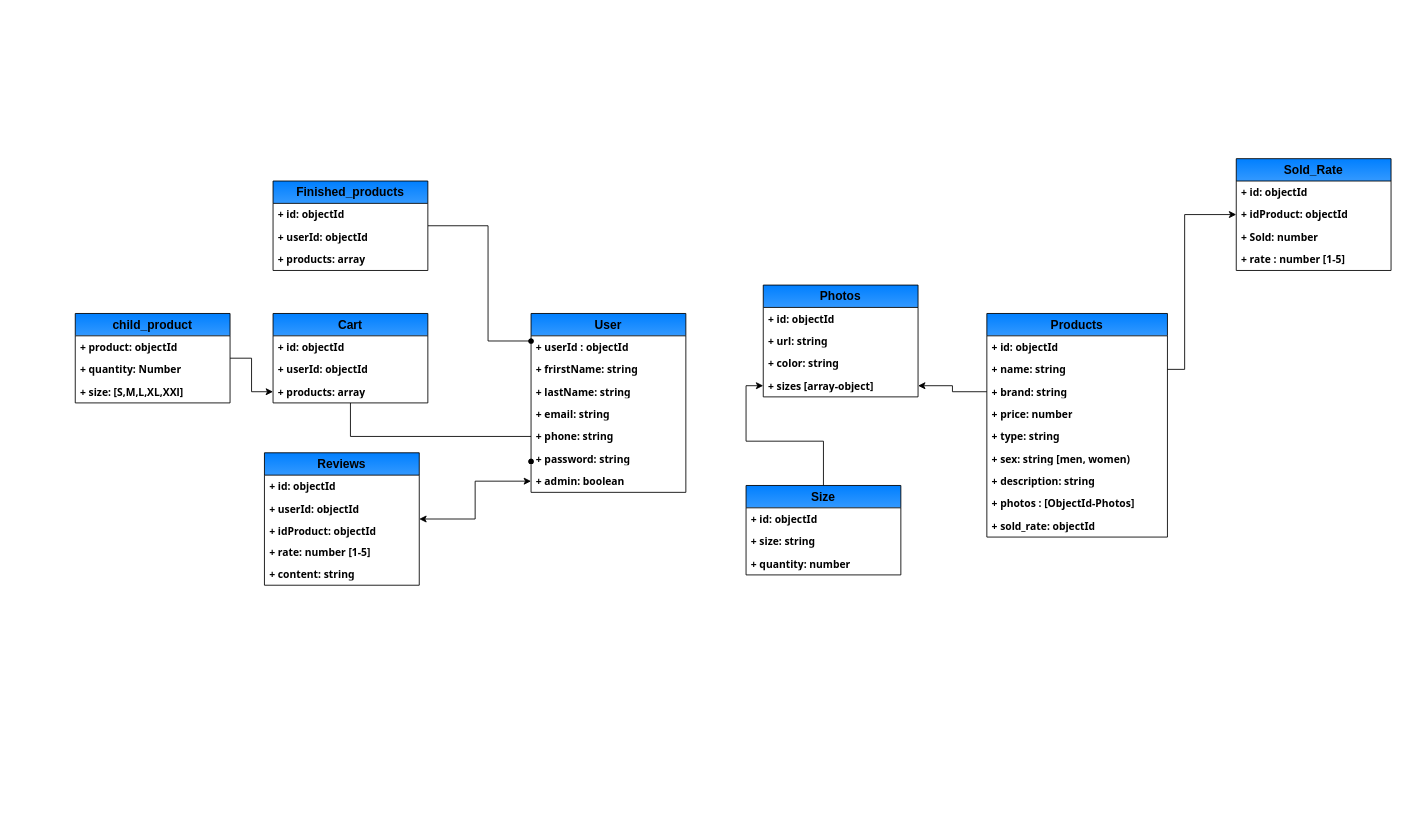
The draw.io diagram Biểu đồ không có tiêu đề.drawio in Baodt2911/FASCO, before the edit. Source tidied: cells renumbered, new cells numbered last; positions are measured from the earlier drawing's top-left corner, leaving out a move shared by most shapes. Both pictures are drawn from the tidied source at 86%, with x=0, y=0 at pixel (75, 158).
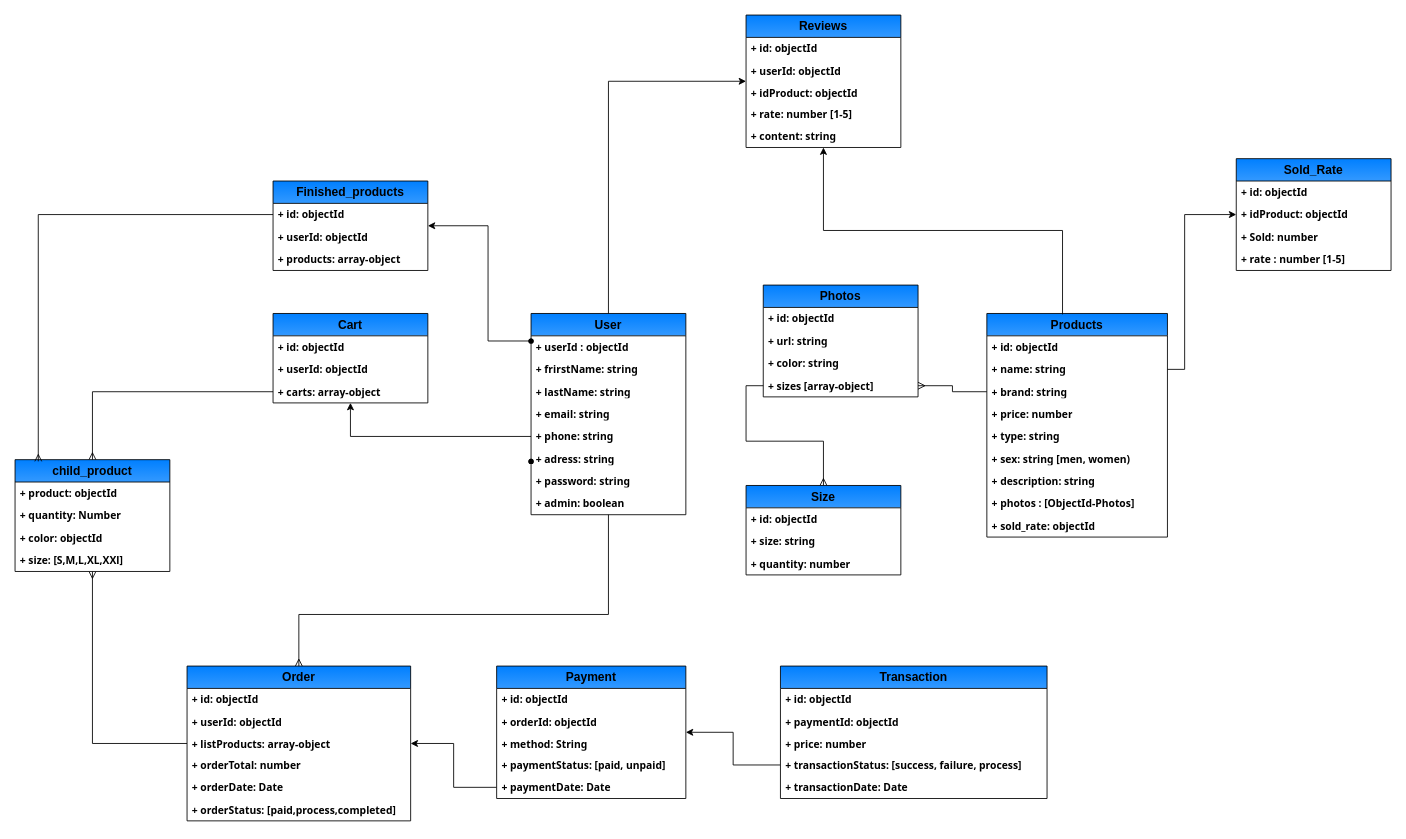
The same diagram, later.

Commit message:
Cập nhật Biểu đồ không có tiêu đề.drawio

Unchanged cells that the change refers to:
```xml
<mxCell id="7" value="+ phone: string" style="text;strokeColor=none;fillColor=none;align=left;verticalAlign=top;spacingLeft=4;spacingRight=4;overflow=hidden;points=[[0,0.5],[1,0.5]];portConstraint=eastwest;whiteSpace=wrap;html=1;fontFamily=Tahoma;fontStyle=1;" parent="2" vertex="1">
  <mxGeometry y="130" width="180" height="26" as="geometry" />
</mxCell>
<mxCell id="11" value="Finished_products" style="swimlane;fontStyle=1;horizontal=1;startSize=26;fillColor=#007FFF;whiteSpace=wrap;html=1;rounded=0;glass=0;shadow=0;swimlaneFillColor=default;gradientColor=#3399FF;fontSize=14;arcSize=50;" parent="1" vertex="1">
  <mxGeometry x="230" y="26" width="180" height="104" as="geometry" />
</mxCell>
<mxCell id="12" value="+ id: objectId" style="text;strokeColor=none;fillColor=none;align=left;verticalAlign=top;spacingLeft=4;spacingRight=4;overflow=hidden;points=[[0,0.5],[1,0.5]];portConstraint=eastwest;whiteSpace=wrap;html=1;fontSize=12;fontStyle=1;fontFamily=Tahoma;" parent="11" vertex="1">
  <mxGeometry y="26" width="180" height="26" as="geometry" />
</mxCell>
<mxCell id="16" value="Cart" style="swimlane;fontStyle=1;horizontal=1;startSize=26;fillColor=#007FFF;whiteSpace=wrap;html=1;rounded=0;glass=0;shadow=0;swimlaneFillColor=default;gradientColor=#3399FF;fontSize=14;arcSize=50;" parent="1" vertex="1">
  <mxGeometry x="230" y="180" width="180" height="104" as="geometry" />
</mxCell>
<mxCell id="20" value="Products" style="swimlane;fontStyle=1;horizontal=1;startSize=26;fillColor=#007FFF;whiteSpace=wrap;html=1;rounded=0;glass=0;shadow=0;swimlaneFillColor=default;gradientColor=#3399FF;fontSize=14;arcSize=50;" parent="1" vertex="1">
  <mxGeometry x="1060" y="180" width="210" height="260" as="geometry" />
</mxCell>
<mxCell id="23" value="+ brand: string" style="text;strokeColor=none;fillColor=none;align=left;verticalAlign=top;spacingLeft=4;spacingRight=4;overflow=hidden;points=[[0,0.5],[1,0.5]];portConstraint=eastwest;whiteSpace=wrap;html=1;fontFamily=Tahoma;fontStyle=1;" parent="20" vertex="1">
  <mxGeometry y="78" width="210" height="26" as="geometry" />
</mxCell>
<mxCell id="39" style="shape=waypoint;sketch=0;size=6;points=[];fillColor=#007FFF;perimeter=centerPerimeter;snapToPoint=1;fontSize=14;fontStyle=1;startSize=26;rounded=0;glass=0;shadow=0;swimlaneFillColor=default;gradientColor=#3399FF;arcSize=50;" parent="1" vertex="1">
  <mxGeometry x="520" y="202" width="20" height="20" as="geometry" />
</mxCell>
<mxCell id="45" value="+ sizes [array-object]" style="text;strokeColor=none;fillColor=none;align=left;verticalAlign=top;spacingLeft=4;spacingRight=4;overflow=hidden;points=[[0,0.5],[1,0.5]];portConstraint=eastwest;whiteSpace=wrap;html=1;fontFamily=Tahoma;fontStyle=1;" parent="41" vertex="1">
  <mxGeometry y="104" width="180" height="26" as="geometry" />
</mxCell>
<mxCell id="47" value="Size" style="swimlane;fontStyle=1;horizontal=1;startSize=26;fillColor=#007FFF;whiteSpace=wrap;html=1;rounded=0;glass=0;shadow=0;swimlaneFillColor=default;gradientColor=#3399FF;fontSize=14;arcSize=50;" parent="1" vertex="1">
  <mxGeometry x="780" y="380" width="180" height="104" as="geometry" />
</mxCell>
```

Change to the diagram source:
```diff
@@
     <mxCell id="2" value="User" style="swimlane;fontStyle=1;horizontal=1;startSize=26;fillColor=#007FFF;whiteSpace=wrap;html=1;rounded=0;glass=0;shadow=0;swimlaneFillColor=default;gradientColor=#3399FF;fontSize=14;arcSize=50;" parent="1" vertex="1">
-      <mxGeometry x="530" y="180" width="180" height="208" as="geometry" />
+      <mxGeometry x="530" y="180" width="180" height="234" as="geometry" />
     </mxCell>
@@
+    <mxCell id="63" value="+ adress: string" style="text;strokeColor=none;fillColor=none;align=left;verticalAlign=top;spacingLeft=4;spacingRight=4;overflow=hidden;whiteSpace=wrap;html=1;fontFamily=Tahoma;fontStyle=1;" parent="2" vertex="1">
+      <mxGeometry y="156" width="180" height="26" as="geometry" />
+    </mxCell>
     <mxCell id="8" value="+ password: string" style="text;strokeColor=none;fillColor=none;align=left;verticalAlign=top;spacingLeft=4;spacingRight=4;overflow=hidden;whiteSpace=wrap;html=1;fontFamily=Tahoma;fontStyle=1;" parent="2" vertex="1">
-      <mxGeometry y="156" width="180" height="26" as="geometry" />
+      <mxGeometry y="182" width="180" height="26" as="geometry" />
     </mxCell>
     <mxCell id="9" value="+ admin: boolean" style="text;strokeColor=none;fillColor=none;align=left;verticalAlign=top;spacingLeft=4;spacingRight=4;overflow=hidden;points=[[0,0.5],[1,0.5]];portConstraint=eastwest;whiteSpace=wrap;html=1;fontFamily=Tahoma;fontStyle=1;" parent="2" vertex="1">
-      <mxGeometry y="182" width="180" height="26" as="geometry" />
+      <mxGeometry y="208" width="180" height="26" as="geometry" />
     </mxCell>
-    <mxCell id="10" style="edgeStyle=orthogonalEdgeStyle;rounded=0;jettySize=auto;html=1;fontFamily=Helvetica;fontSize=14;fontColor=default;fontStyle=1;endArrow=none;endFill=0;" parent="1" edge="1" source="11" target="39">
+    <mxCell id="10" style="edgeStyle=orthogonalEdgeStyle;rounded=0;jettySize=auto;html=1;fontFamily=Helvetica;fontSize=14;fontColor=default;fontStyle=1;endArrow=none;endFill=0;startArrow=classic;startFill=1;" parent="1" edge="1" source="11" target="39">
       <mxGeometry relative="1" as="geometry">
         <Array as="points">
           <mxPoint x="480" y="78" />
           <mxPoint x="480" y="212" />
         </Array>
       </mxGeometry>
     </mxCell>
@@
-    <mxCell id="14" value="+ products: array" style="text;strokeColor=none;fillColor=none;align=left;verticalAlign=top;spacingLeft=4;spacingRight=4;overflow=hidden;whiteSpace=wrap;html=1;fontFamily=Tahoma;fontStyle=1;" parent="11" vertex="1">
+    <mxCell id="14" value="+ products: array-object" style="text;strokeColor=none;fillColor=none;align=left;verticalAlign=top;spacingLeft=4;spacingRight=4;overflow=hidden;whiteSpace=wrap;html=1;fontFamily=Tahoma;fontStyle=1;" parent="11" vertex="1">
       <mxGeometry y="78" width="180" height="26" as="geometry" />
     </mxCell>
-    <mxCell id="15" style="edgeStyle=orthogonalEdgeStyle;rounded=0;jettySize=auto;html=1;fontFamily=Helvetica;fontSize=14;fontColor=default;fontStyle=1;endArrow=none;endFill=0;startArrow=none;startFill=0;" parent="1" edge="1" source="16" target="7">
+    <mxCell id="15" style="edgeStyle=orthogonalEdgeStyle;rounded=0;jettySize=auto;html=1;fontFamily=Helvetica;fontSize=14;fontColor=default;fontStyle=1;endArrow=none;endFill=0;startArrow=classic;startFill=1;" parent="1" edge="1" source="16" target="7">
       <mxGeometry relative="1" as="geometry" />
     </mxCell>
@@
-    <mxCell id="19" value="+ products: array" style="text;strokeColor=none;fillColor=none;align=left;verticalAlign=top;spacingLeft=4;spacingRight=4;overflow=hidden;points=[[0,0.5],[1,0.5]];portConstraint=eastwest;whiteSpace=wrap;html=1;fontFamily=Tahoma;fontStyle=1;" parent="16" vertex="1">
+    <mxCell id="19" value="+ carts: array-object" style="text;strokeColor=none;fillColor=none;align=left;verticalAlign=top;spacingLeft=4;spacingRight=4;overflow=hidden;points=[[0,0.5],[1,0.5]];portConstraint=eastwest;whiteSpace=wrap;html=1;fontFamily=Tahoma;fontStyle=1;" parent="16" vertex="1">
       <mxGeometry y="78" width="180" height="26" as="geometry" />
     </mxCell>
@@
-    <mxCell id="30" style="edgeStyle=orthogonalEdgeStyle;rounded=0;jettySize=auto;html=1;fontFamily=Helvetica;fontSize=14;fontColor=default;fontStyle=1;startArrow=classic;startFill=1;" parent="1" edge="1" source="31" target="9">
+    <mxCell id="30" style="edgeStyle=orthogonalEdgeStyle;rounded=0;jettySize=auto;html=1;fontFamily=Helvetica;fontSize=14;fontColor=default;fontStyle=1;startArrow=classic;startFill=1;endArrow=none;endFill=0;entryX=0.5;entryY=0;entryDx=0;entryDy=0;" parent="1" edge="1" source="31" target="2">
       <mxGeometry relative="1" as="geometry" />
     </mxCell>
     <mxCell id="31" value="Reviews" style="swimlane;fontStyle=1;horizontal=1;startSize=26;fillColor=#007FFF;whiteSpace=wrap;html=1;rounded=0;glass=0;shadow=0;swimlaneFillColor=default;gradientColor=#3399FF;fontSize=14;arcSize=50;" parent="1" vertex="1">
-      <mxGeometry x="220" y="342" width="180" height="154" as="geometry" />
+      <mxGeometry x="780" y="-167" width="180" height="154" as="geometry" />
     </mxCell>
@@
-    <mxCell id="46" style="edgeStyle=orthogonalEdgeStyle;rounded=0;jettySize=auto;html=1;" parent="1" edge="1" source="47" target="45">
+    <mxCell id="46" style="edgeStyle=orthogonalEdgeStyle;rounded=0;jettySize=auto;html=1;endArrow=none;endFill=0;startArrow=ERmany;startFill=0;" parent="1" edge="1" source="47" target="45">
       <mxGeometry relative="1" as="geometry" />
     </mxCell>
@@
-    <mxCell id="57" style="edgeStyle=orthogonalEdgeStyle;rounded=0;jettySize=auto;html=1;" parent="1" edge="1" source="58" target="19">
+    <mxCell id="57" style="edgeStyle=orthogonalEdgeStyle;rounded=0;jettySize=auto;html=1;startArrow=ERmany;startFill=0;endArrow=none;endFill=0;" parent="1" edge="1" source="58" target="19">
       <mxGeometry relative="1" as="geometry" />
     </mxCell>
+    <mxCell id="64" style="edgeStyle=orthogonalEdgeStyle;rounded=0;jettySize=auto;html=1;entryX=0;entryY=0.5;entryDx=0;entryDy=0;startArrow=ERmany;startFill=0;endArrow=none;endFill=0;" parent="1" edge="1" source="58" target="70">
+      <mxGeometry relative="1" as="geometry">
+        <Array as="points">
+          <mxPoint x="20" y="680" />
+        </Array>
+      </mxGeometry>
+    </mxCell>
     <mxCell id="58" value="child_product" style="swimlane;fontStyle=1;horizontal=1;startSize=26;fillColor=#007FFF;whiteSpace=wrap;html=1;rounded=0;glass=0;shadow=0;swimlaneFillColor=default;gradientColor=#3399FF;fontSize=14;arcSize=50;" parent="1" vertex="1">
-      <mxGeometry y="180" width="180" height="104" as="geometry" />
+      <mxGeometry x="-70" y="350" width="180" height="130" as="geometry" />
     </mxCell>
@@
+    <mxCell id="65" value="+ color: objectId" style="text;strokeColor=none;fillColor=none;align=left;verticalAlign=top;spacingLeft=4;spacingRight=4;overflow=hidden;whiteSpace=wrap;html=1;fontFamily=Tahoma;fontStyle=1;" parent="58" vertex="1">
+      <mxGeometry y="78" width="180" height="26" as="geometry" />
+    </mxCell>
     <mxCell id="61" value="+ size: [S,M,L,XL,XXl]" style="text;strokeColor=none;fillColor=none;align=left;verticalAlign=top;spacingLeft=4;spacingRight=4;overflow=hidden;whiteSpace=wrap;html=1;fontFamily=Tahoma;fontStyle=1;" parent="58" vertex="1">
-      <mxGeometry y="78" width="180" height="26" as="geometry" />
+      <mxGeometry y="104" width="180" height="26" as="geometry" />
     </mxCell>
-    <mxCell id="62" style="edgeStyle=orthogonalEdgeStyle;rounded=0;jettySize=auto;html=1;" parent="1" edge="1" source="23" target="45">
+    <mxCell id="62" style="edgeStyle=orthogonalEdgeStyle;rounded=0;jettySize=auto;html=1;endArrow=ERmany;endFill=0;" parent="1" edge="1" source="23" target="45">
       <mxGeometry relative="1" as="geometry" />
     </mxCell>
+    <mxCell id="66" style="edgeStyle=orthogonalEdgeStyle;rounded=0;jettySize=auto;html=1;endArrow=none;endFill=0;startArrow=classic;startFill=1;" parent="1" edge="1" source="67" target="80">
+      <mxGeometry relative="1" as="geometry" />
+    </mxCell>
+    <mxCell id="67" value="Order" style="swimlane;fontStyle=1;horizontal=1;startSize=26;fillColor=#007FFF;whiteSpace=wrap;html=1;rounded=0;glass=0;shadow=0;swimlaneFillColor=default;gradientColor=#3399FF;fontSize=14;arcSize=50;" parent="1" vertex="1">
+      <mxGeometry x="130" y="590" width="260" height="180" as="geometry" />
+    </mxCell>
+    <mxCell id="68" value="+ id: objectId" style="text;strokeColor=none;fillColor=none;align=left;verticalAlign=top;spacingLeft=4;spacingRight=4;overflow=hidden;whiteSpace=wrap;html=1;fontSize=12;fontStyle=1;fontFamily=Tahoma;" parent="67" vertex="1">
+      <mxGeometry y="26" width="260" height="26" as="geometry" />
+    </mxCell>
+    <mxCell id="69" value="+ userId: objectId" style="text;strokeColor=none;fillColor=none;align=left;verticalAlign=top;spacingLeft=4;spacingRight=4;overflow=hidden;whiteSpace=wrap;html=1;fontFamily=Tahoma;fontStyle=1;" parent="67" vertex="1">
+      <mxGeometry y="52" width="260" height="26" as="geometry" />
+    </mxCell>
+    <mxCell id="70" value="+ listProducts: array-object" style="text;strokeColor=none;fillColor=none;align=left;verticalAlign=top;spacingLeft=4;spacingRight=4;overflow=hidden;points=[[0,0.5],[1,0.5]];portConstraint=eastwest;whiteSpace=wrap;html=1;fontFamily=Tahoma;fontStyle=1;" parent="67" vertex="1">
+      <mxGeometry y="78" width="260" height="24" as="geometry" />
+    </mxCell>
+    <mxCell id="71" value="+ orderTotal: number" style="text;strokeColor=none;fillColor=none;align=left;verticalAlign=top;spacingLeft=4;spacingRight=4;overflow=hidden;whiteSpace=wrap;html=1;fontFamily=Tahoma;fontStyle=1;" parent="67" vertex="1">
+      <mxGeometry y="102" width="260" height="26" as="geometry" />
+    </mxCell>
+    <mxCell id="72" value="+ orderDate: Date" style="text;strokeColor=none;fillColor=none;align=left;verticalAlign=top;spacingLeft=4;spacingRight=4;overflow=hidden;whiteSpace=wrap;html=1;fontFamily=Tahoma;fontStyle=1;" parent="67" vertex="1">
+      <mxGeometry y="128" width="260" height="26" as="geometry" />
+    </mxCell>
+    <mxCell id="73" value="+ orderStatus: [paid,process,completed]" style="text;strokeColor=none;fillColor=none;align=left;verticalAlign=top;spacingLeft=4;spacingRight=4;overflow=hidden;whiteSpace=wrap;html=1;fontFamily=Tahoma;fontStyle=1;" parent="67" vertex="1">
+      <mxGeometry y="154" width="260" height="26" as="geometry" />
+    </mxCell>
+    <mxCell id="74" style="edgeStyle=orthogonalEdgeStyle;rounded=0;jettySize=auto;html=1;startArrow=classic;startFill=1;endArrow=none;endFill=0;" parent="1" edge="1" source="75" target="85">
+      <mxGeometry relative="1" as="geometry" />
+    </mxCell>
+    <mxCell id="75" value="Payment" style="swimlane;fontStyle=1;horizontal=1;startSize=26;fillColor=#007FFF;whiteSpace=wrap;html=1;rounded=0;glass=0;shadow=0;swimlaneFillColor=default;gradientColor=#3399FF;fontSize=14;arcSize=50;" parent="1" vertex="1">
+      <mxGeometry x="490" y="590" width="220" height="154" as="geometry" />
+    </mxCell>
+    <mxCell id="76" value="+ id: objectId" style="text;strokeColor=none;fillColor=none;align=left;verticalAlign=top;spacingLeft=4;spacingRight=4;overflow=hidden;whiteSpace=wrap;html=1;fontSize=12;fontStyle=1;fontFamily=Tahoma;" parent="75" vertex="1">
+      <mxGeometry y="26" width="220" height="26" as="geometry" />
+    </mxCell>
+    <mxCell id="77" value="+ orderId: objectId" style="text;strokeColor=none;fillColor=none;align=left;verticalAlign=top;spacingLeft=4;spacingRight=4;overflow=hidden;whiteSpace=wrap;html=1;fontFamily=Tahoma;fontStyle=1;" parent="75" vertex="1">
+      <mxGeometry y="52" width="220" height="26" as="geometry" />
+    </mxCell>
+    <mxCell id="78" value="+ method: String" style="text;strokeColor=none;fillColor=none;align=left;verticalAlign=top;spacingLeft=4;spacingRight=4;overflow=hidden;whiteSpace=wrap;html=1;fontFamily=Tahoma;fontStyle=1;" parent="75" vertex="1">
+      <mxGeometry y="78" width="220" height="24" as="geometry" />
+    </mxCell>
+    <mxCell id="79" value="+ paymentStatus: [paid, unpaid]" style="text;strokeColor=none;fillColor=none;align=left;verticalAlign=top;spacingLeft=4;spacingRight=4;overflow=hidden;whiteSpace=wrap;html=1;fontFamily=Tahoma;fontStyle=1;" parent="75" vertex="1">
+      <mxGeometry y="102" width="220" height="26" as="geometry" />
+    </mxCell>
+    <mxCell id="80" value="+ paymentDate: Date" style="text;strokeColor=none;fillColor=none;align=left;verticalAlign=top;spacingLeft=4;spacingRight=4;overflow=hidden;points=[[0,0.5],[1,0.5]];portConstraint=eastwest;whiteSpace=wrap;html=1;fontFamily=Tahoma;fontStyle=1;" parent="75" vertex="1">
+      <mxGeometry y="128" width="220" height="26" as="geometry" />
+    </mxCell>
+    <mxCell id="81" value="Transaction " style="swimlane;fontStyle=1;horizontal=1;startSize=26;fillColor=#007FFF;whiteSpace=wrap;html=1;rounded=0;glass=0;shadow=0;swimlaneFillColor=default;gradientColor=#3399FF;fontSize=14;arcSize=50;" parent="1" vertex="1">
+      <mxGeometry x="820" y="590" width="310" height="154" as="geometry" />
+    </mxCell>
+    <mxCell id="82" value="+ id: objectId" style="text;strokeColor=none;fillColor=none;align=left;verticalAlign=top;spacingLeft=4;spacingRight=4;overflow=hidden;whiteSpace=wrap;html=1;fontSize=12;fontStyle=1;fontFamily=Tahoma;" parent="81" vertex="1">
+      <mxGeometry y="26" width="310" height="26" as="geometry" />
+    </mxCell>
+    <mxCell id="83" value="+ paymentId: objectId" style="text;strokeColor=none;fillColor=none;align=left;verticalAlign=top;spacingLeft=4;spacingRight=4;overflow=hidden;whiteSpace=wrap;html=1;fontFamily=Tahoma;fontStyle=1;" parent="81" vertex="1">
+      <mxGeometry y="52" width="310" height="26" as="geometry" />
+    </mxCell>
+    <mxCell id="84" value="+ price: number" style="text;strokeColor=none;fillColor=none;align=left;verticalAlign=top;spacingLeft=4;spacingRight=4;overflow=hidden;whiteSpace=wrap;html=1;fontFamily=Tahoma;fontStyle=1;" parent="81" vertex="1">
+      <mxGeometry y="78" width="310" height="24" as="geometry" />
+    </mxCell>
+    <mxCell id="85" value="+ transactionStatus: [success, failure, process]" style="text;strokeColor=none;fillColor=none;align=left;verticalAlign=top;spacingLeft=4;spacingRight=4;overflow=hidden;points=[[0,0.5],[1,0.5]];portConstraint=eastwest;whiteSpace=wrap;html=1;fontFamily=Tahoma;fontStyle=1;" parent="81" vertex="1">
+      <mxGeometry y="102" width="310" height="26" as="geometry" />
+    </mxCell>
+    <mxCell id="86" value="+ transactionDate: Date" style="text;strokeColor=none;fillColor=none;align=left;verticalAlign=top;spacingLeft=4;spacingRight=4;overflow=hidden;whiteSpace=wrap;html=1;fontFamily=Tahoma;fontStyle=1;" parent="81" vertex="1">
+      <mxGeometry y="128" width="310" height="26" as="geometry" />
+    </mxCell>
+    <mxCell id="87" style="endArrow=ERmany;html=1;rounded=0;edgeStyle=orthogonalEdgeStyle;endFill=0;" parent="1" edge="1" source="2" target="67">
+      <mxGeometry relative="1" as="geometry">
+        <Array as="points">
+          <mxPoint x="620" y="530" />
+          <mxPoint x="260" y="530" />
+        </Array>
+      </mxGeometry>
+    </mxCell>
+    <mxCell id="88" style="endArrow=classic;html=1;rounded=0;exitX=0.419;exitY=0.004;exitDx=0;exitDy=0;exitPerimeter=0;edgeStyle=orthogonalEdgeStyle;" parent="1" edge="1" source="20" target="31">
+      <mxGeometry relative="1" as="geometry" />
+    </mxCell>
+    <mxCell id="89" style="edgeStyle=orthogonalEdgeStyle;rounded=0;jettySize=auto;html=1;startArrow=ERmany;startFill=0;endArrow=none;endFill=0;entryX=0;entryY=0.5;entryDx=0;entryDy=0;exitX=0.15;exitY=0.015;exitDx=0;exitDy=0;exitPerimeter=0;" parent="1" edge="1" source="58" target="12">
+      <mxGeometry relative="1" as="geometry" />
+    </mxCell>
```
